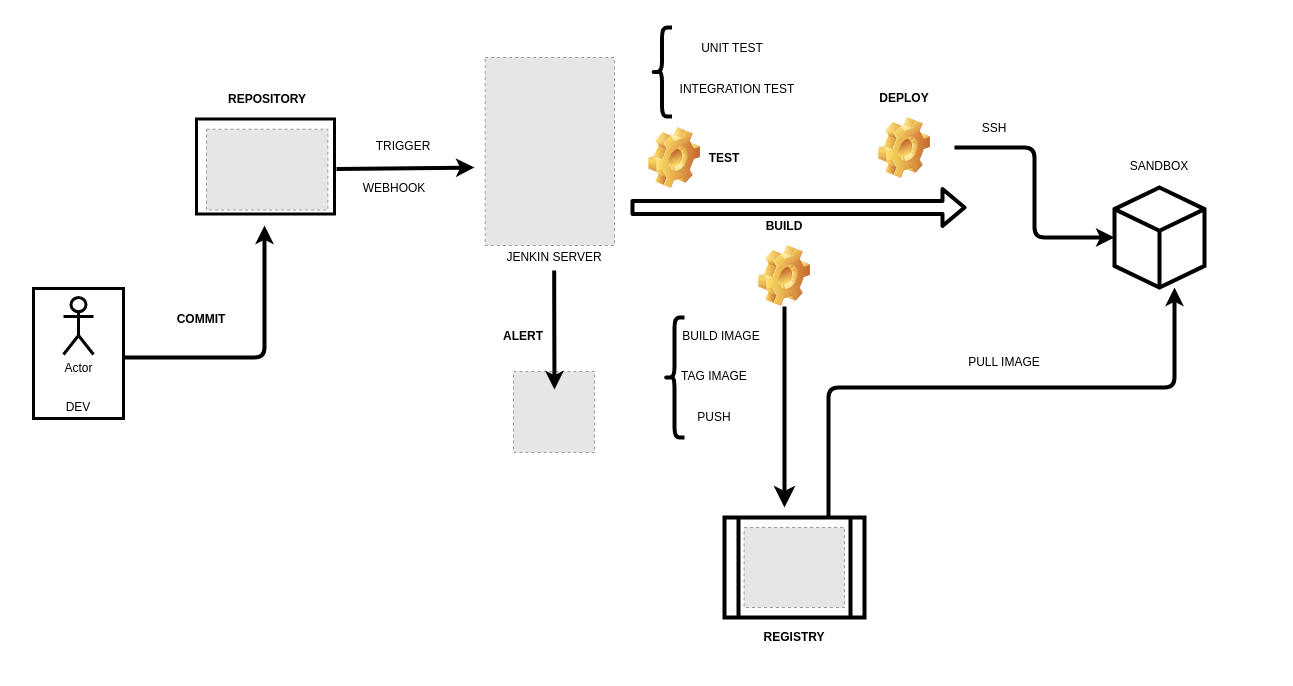
This is ci/ci-cd.drawio from quanhk711/dev-test-, a draw.io file, before an edit. Source tidied: cells renumbered, new cells numbered last; positions are measured from the earlier drawing's top-left corner, leaving out a move shared by most shapes. Both pictures are drawn from the tidied source at 100%, with x=0, y=0 at pixel (13, 18). Pictures stored in the file or linked from it are replaced by grey dashed boxes.
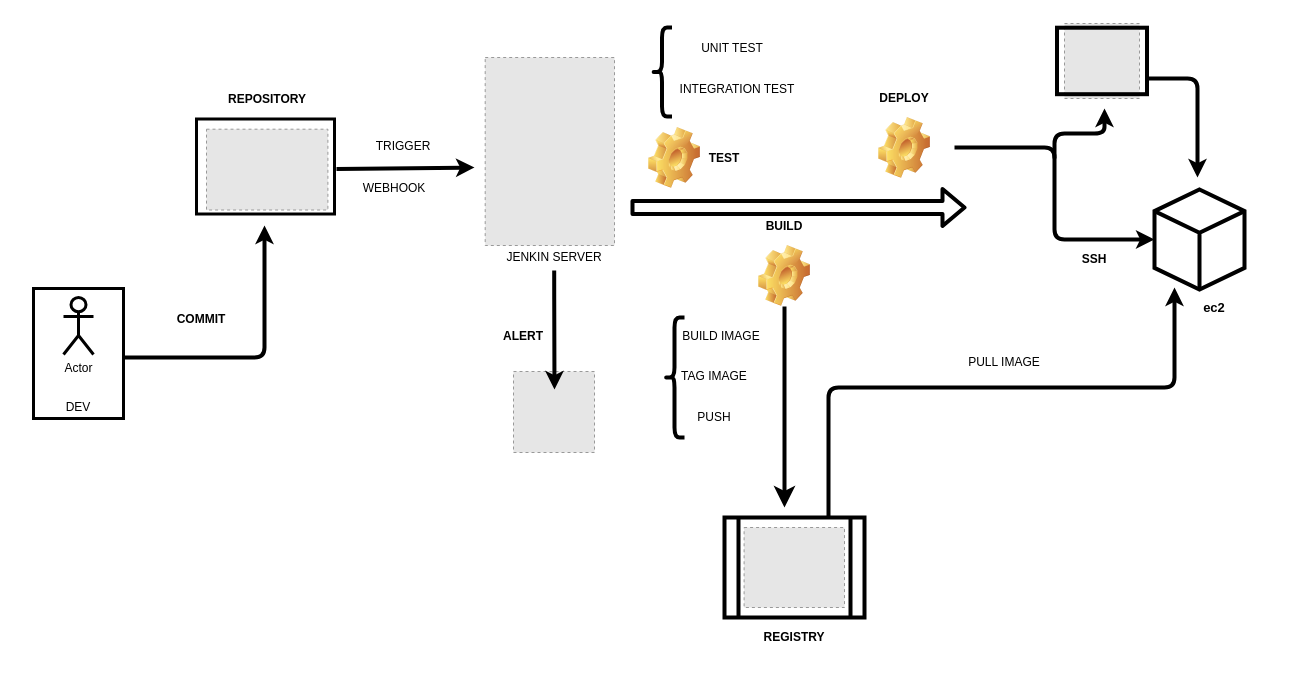
The same page after the edit.

Diff of the diagram source:
```diff
@@
     <mxCell id="20" style="html=1;whiteSpace=wrap;shape=isoCube2;backgroundOutline=1;isoAngle=15;strokeWidth=4;" parent="1" vertex="1">
-      <mxGeometry x="1101" y="169" width="90" height="100" as="geometry" />
+      <mxGeometry x="1141" y="171" width="90" height="100" as="geometry" />
     </mxCell>
-    <mxCell id="21" value="SANDBOX" style="rounded=0;whiteSpace=wrap;html=1;strokeWidth=3;opacity=0;" parent="1" vertex="1">
-      <mxGeometry x="1086" y="118" width="120" height="60" as="geometry" />
+    <mxCell id="21" value="&lt;b&gt;&lt;font style=&quot;font-size: 13px&quot;&gt;ec2&lt;/font&gt;&lt;/b&gt;" style="rounded=0;whiteSpace=wrap;html=1;strokeWidth=3;opacity=0;" parent="1" vertex="1">
+      <mxGeometry x="1141" y="259" width="120" height="60" as="geometry" />
     </mxCell>
@@
-    <mxCell id="29" value="SSH" style="rounded=0;whiteSpace=wrap;html=1;strokeWidth=3;opacity=0;" parent="1" vertex="1">
-      <mxGeometry x="921" y="80" width="120" height="60" as="geometry" />
+    <mxCell id="29" value="&lt;b&gt;SSH&lt;/b&gt;" style="rounded=0;whiteSpace=wrap;html=1;strokeWidth=3;opacity=0;" parent="1" vertex="1">
+      <mxGeometry x="1021" y="211" width="120" height="60" as="geometry" />
     </mxCell>
@@
+    <mxCell id="43" style="fillColor=#E6E6E6;strokeColor=#999999;dashed=1;verticalLabelPosition=bottom;labelBackgroundColor=#ffffff;verticalAlign=top;" parent="1" vertex="1">
+      <mxGeometry x="1051" y="5" width="75" height="75" as="geometry" />
+    </mxCell>
+    <mxCell id="44" style="edgeStyle=elbowEdgeStyle;elbow=vertical;endArrow=classic;html=1;strokeWidth=4;" parent="1" edge="1">
+      <mxGeometry relative="1" as="geometry">
+        <mxPoint x="1041" y="140" as="sourcePoint" />
+        <mxPoint x="1091" y="90" as="targetPoint" />
+      </mxGeometry>
+    </mxCell>
+    <mxCell id="45" style="edgeStyle=segmentEdgeStyle;endArrow=classic;html=1;strokeWidth=4;" parent="1" edge="1">
+      <mxGeometry relative="1" as="geometry">
+        <mxPoint x="1133.5" y="60" as="sourcePoint" />
+        <mxPoint x="1184" y="159" as="targetPoint" />
+      </mxGeometry>
+    </mxCell>
+    <mxCell id="46" style="rounded=0;whiteSpace=wrap;html=1;strokeColor=#000000;fillColor=none;strokeWidth=4;" parent="1" vertex="1">
+      <mxGeometry x="1043.5" y="9.2" width="90" height="66.5" as="geometry" />
+    </mxCell>
```
